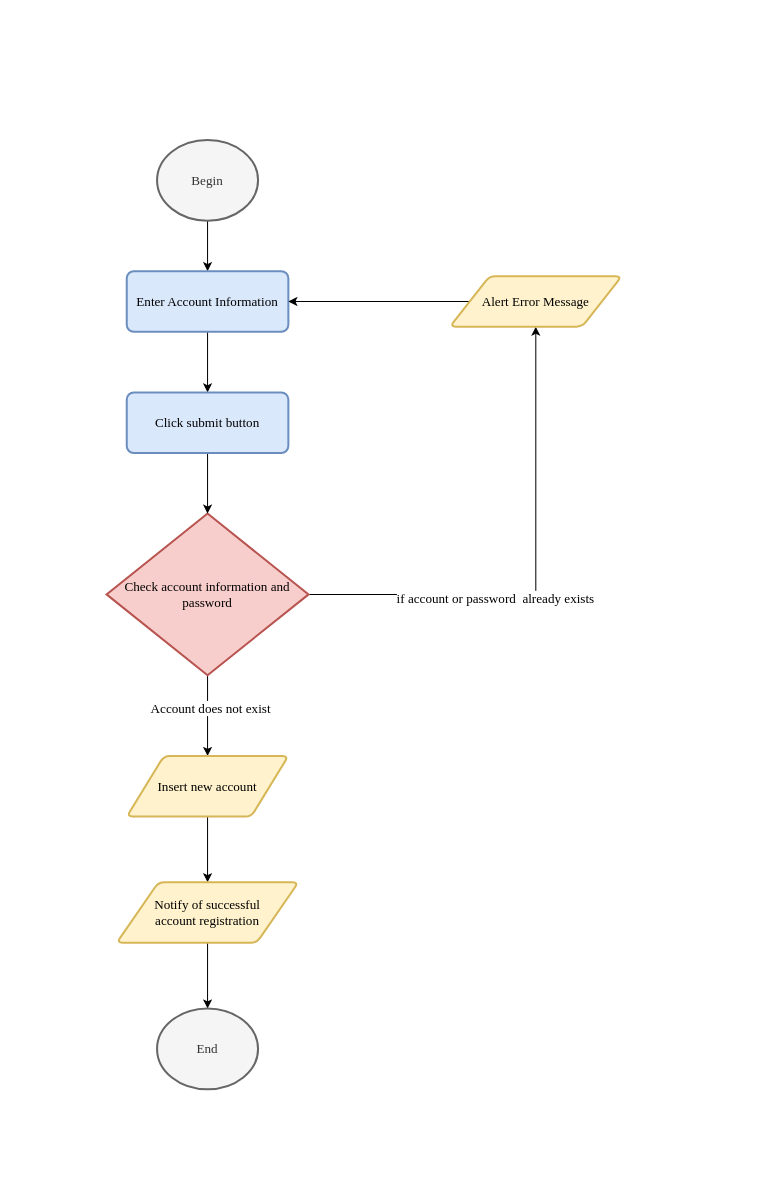
The draw.io diagram page "Register" (1 of 12) of document/diagram/flowchar_ver2.drawio in daomtthuan/do-an, before the edit. Source tidied: cells renumbered, new cells numbered last; positions are measured from the earlier drawing's top-left corner, leaving out a move shared by most shapes. Both pictures are drawn from the tidied source at 101%, with x=0, y=0 at pixel (106, 139).
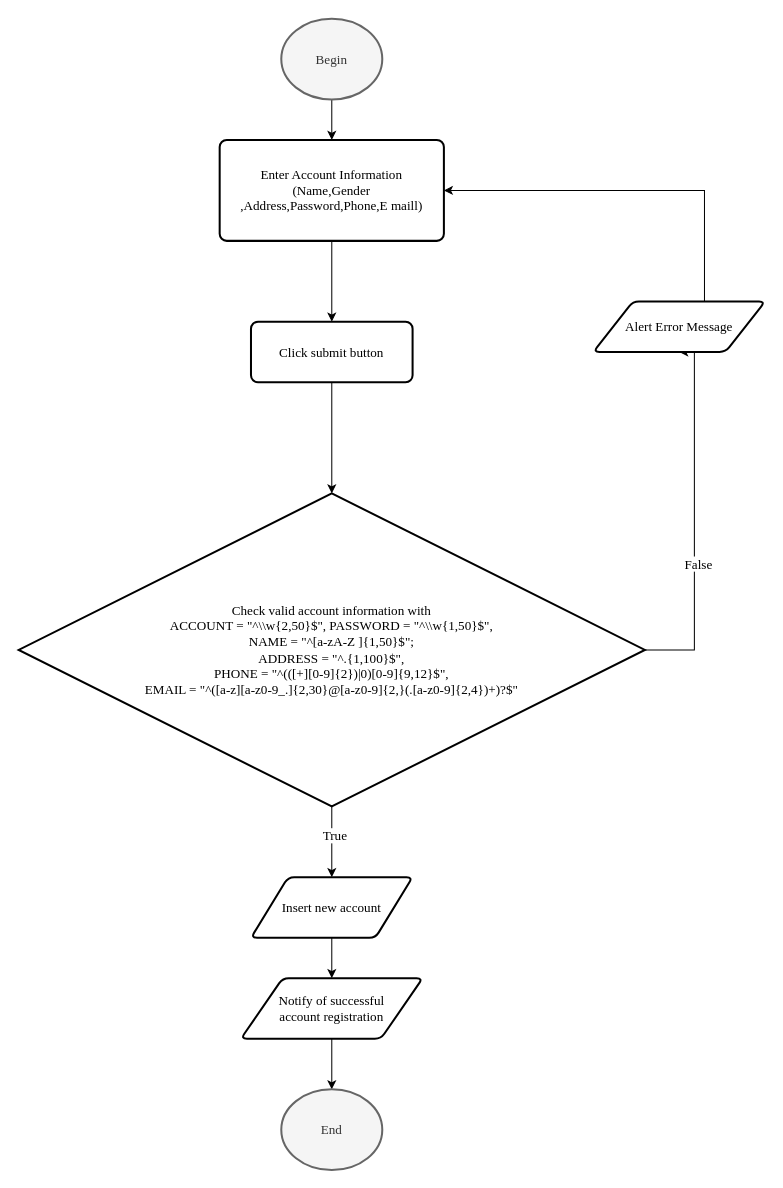
Above is the later version.

The change refers to these unchanged cells:
```xml
<mxCell id="8" style="edgeStyle=orthogonalEdgeStyle;rounded=0;jettySize=auto;html=1;fontSize=13;fontFamily=Times New Roman;" parent="1" edge="1" source="10" target="14">
  <mxGeometry relative="1" as="geometry" />
</mxCell>
```

The edit, as a diff of the source:
```diff
@@
     <mxCell id="3" value="Begin" style="strokeWidth=2;html=1;shape=mxgraph.flowchart.start_2;whiteSpace=wrap;fontSize=13;fontFamily=Times New Roman;fillColor=#f5f5f5;strokeColor=#666666;fontColor=#333333;" parent="1" vertex="1">
-      <mxGeometry x="50" width="100" height="80" as="geometry" />
+      <mxGeometry x="173" y="-120" width="100" height="80" as="geometry" />
     </mxCell>
@@
-    <mxCell id="5" value="Enter Account Information" style="rounded=1;whiteSpace=wrap;html=1;absoluteArcSize=1;arcSize=14;strokeWidth=2;fontSize=13;fontFamily=Times New Roman;fillColor=#dae8fc;strokeColor=#6c8ebf;" parent="1" vertex="1">
-      <mxGeometry x="20" y="130" width="160" height="60" as="geometry" />
+    <mxCell id="5" value="Enter Account Information&lt;br&gt;(Name,Gender&lt;br&gt;,Address,Password,Phone,E maill)" style="rounded=1;whiteSpace=wrap;html=1;absoluteArcSize=1;arcSize=14;strokeWidth=2;fontSize=13;fontFamily=Times New Roman;" parent="1" vertex="1">
+      <mxGeometry x="112" width="222" height="100" as="geometry" />
     </mxCell>
     <mxCell id="6" style="edgeStyle=orthogonalEdgeStyle;rounded=0;jettySize=auto;html=1;entryX=0.5;entryY=1;entryDx=0;entryDy=0;fontSize=13;fontFamily=Times New Roman;" parent="1" edge="1" source="10" target="12">
-      <mxGeometry relative="1" as="geometry" />
+      <mxGeometry relative="1" as="geometry">
+        <Array as="points">
+          <mxPoint x="582" y="505" />
+          <mxPoint x="582" y="210" />
+        </Array>
+      </mxGeometry>
     </mxCell>
-    <mxCell id="7" value="if account or password&amp;nbsp; already exists" style="text;html=1;align=center;verticalAlign=middle;labelBackgroundColor=#ffffff;fontSize=13;fontFamily=Times New Roman;" parent="6" vertex="1">
+    <mxCell id="7" value="False" style="text;html=1;align=center;verticalAlign=middle;labelBackgroundColor=#ffffff;fontSize=13;fontFamily=Times New Roman;" parent="6" vertex="1">
       <mxGeometry x="-0.25" y="-3" relative="1" as="geometry" />
     </mxCell>
@@
-    <mxCell id="9" value="Account does not exist" style="text;html=1;align=center;verticalAlign=middle;labelBackgroundColor=#ffffff;fontSize=13;fontFamily=Times New Roman;" parent="8" vertex="1">
+    <mxCell id="9" value="True" style="text;html=1;align=center;verticalAlign=middle;labelBackgroundColor=#ffffff;fontSize=13;fontFamily=Times New Roman;" parent="8" vertex="1">
       <mxGeometry x="-0.21" y="2" relative="1" as="geometry" />
     </mxCell>
-    <mxCell id="10" value="Check account information and password" style="strokeWidth=2;html=1;shape=mxgraph.flowchart.decision;whiteSpace=wrap;fontSize=13;fontFamily=Times New Roman;fillColor=#f8cecc;strokeColor=#b85450;" parent="1" vertex="1">
-      <mxGeometry y="370" width="200" height="160" as="geometry" />
+    <mxCell id="10" value="Check valid account information with&lt;br&gt;ACCOUNT = &quot;^\\w{2,50}$&quot;, PASSWORD = &quot;^\\w{1,50}$&quot;,&lt;br&gt;&lt;span&gt;NAME = &quot;^[a-zA-Z ]{1,50}$&quot;;&lt;br&gt;ADDRESS = &quot;^.{1,100}$&quot;,&lt;br&gt;PHONE = &quot;^(([+][0-9]{2})|0)[0-9]{9,12}$&quot;,&lt;br&gt;EMAIL = &quot;^([a-z][a-z0-9_.]{2,30}@[a-z0-9]{2,}(.[a-z0-9]{2,4})+)?$&quot;&lt;br&gt;&lt;/span&gt;" style="strokeWidth=2;html=1;shape=mxgraph.flowchart.decision;whiteSpace=wrap;fontSize=13;fontFamily=Times New Roman;" parent="1" vertex="1">
+      <mxGeometry x="-87" y="350" width="620" height="310" as="geometry" />
     </mxCell>
     <mxCell id="11" style="edgeStyle=orthogonalEdgeStyle;rounded=0;jettySize=auto;html=1;fontSize=13;fontFamily=Times New Roman;" parent="1" edge="1" source="12" target="5">
-      <mxGeometry relative="1" as="geometry" />
+      <mxGeometry relative="1" as="geometry">
+        <Array as="points">
+          <mxPoint x="592" y="50" />
+        </Array>
+      </mxGeometry>
     </mxCell>
-    <mxCell id="12" value="Alert Error Message" style="shape=parallelogram;html=1;strokeWidth=2;perimeter=parallelogramPerimeter;whiteSpace=wrap;rounded=1;arcSize=12;size=0.23;fontSize=13;fontFamily=Times New Roman;fillColor=#fff2cc;strokeColor=#d6b656;" parent="1" vertex="1">
-      <mxGeometry x="340" y="135" width="170" height="50" as="geometry" />
+    <mxCell id="12" value="Alert Error Message" style="shape=parallelogram;html=1;strokeWidth=2;perimeter=parallelogramPerimeter;whiteSpace=wrap;rounded=1;arcSize=12;size=0.23;fontSize=13;fontFamily=Times New Roman;" parent="1" vertex="1">
+      <mxGeometry x="482" y="160" width="170" height="50" as="geometry" />
     </mxCell>
@@
-    <mxCell id="14" value="Insert new account" style="shape=parallelogram;html=1;strokeWidth=2;perimeter=parallelogramPerimeter;whiteSpace=wrap;rounded=1;arcSize=12;size=0.23;fontSize=13;fontFamily=Times New Roman;fillColor=#fff2cc;strokeColor=#d6b656;" parent="1" vertex="1">
-      <mxGeometry x="20" y="610" width="160" height="60" as="geometry" />
+    <mxCell id="14" value="Insert new account" style="shape=parallelogram;html=1;strokeWidth=2;perimeter=parallelogramPerimeter;whiteSpace=wrap;rounded=1;arcSize=12;size=0.23;fontSize=13;fontFamily=Times New Roman;" parent="1" vertex="1">
+      <mxGeometry x="143" y="730" width="160" height="60" as="geometry" />
     </mxCell>
@@
-    <mxCell id="16" value="Notify of successful &lt;br style=&quot;font-size: 13px&quot;&gt;account registration" style="shape=parallelogram;html=1;strokeWidth=2;perimeter=parallelogramPerimeter;whiteSpace=wrap;rounded=1;arcSize=12;size=0.23;fontSize=13;fontFamily=Times New Roman;fillColor=#fff2cc;strokeColor=#d6b656;" parent="1" vertex="1">
-      <mxGeometry x="10" y="735" width="180" height="60" as="geometry" />
+    <mxCell id="16" value="Notify of successful &lt;br style=&quot;font-size: 13px&quot;&gt;account registration" style="shape=parallelogram;html=1;strokeWidth=2;perimeter=parallelogramPerimeter;whiteSpace=wrap;rounded=1;arcSize=12;size=0.23;fontSize=13;fontFamily=Times New Roman;" parent="1" vertex="1">
+      <mxGeometry x="133" y="830" width="180" height="60" as="geometry" />
     </mxCell>
     <mxCell id="17" value="End" style="strokeWidth=2;html=1;shape=mxgraph.flowchart.start_2;whiteSpace=wrap;fontSize=13;fontFamily=Times New Roman;fillColor=#f5f5f5;strokeColor=#666666;fontColor=#333333;" parent="1" vertex="1">
-      <mxGeometry x="50" y="860" width="100" height="80" as="geometry" />
+      <mxGeometry x="173" y="940" width="100" height="80" as="geometry" />
     </mxCell>
@@
-    <mxCell id="19" value="Click submit button" style="rounded=1;whiteSpace=wrap;html=1;absoluteArcSize=1;arcSize=14;strokeWidth=2;fontSize=13;fontFamily=Times New Roman;fillColor=#dae8fc;strokeColor=#6c8ebf;" parent="1" vertex="1">
-      <mxGeometry x="20" y="250" width="160" height="60" as="geometry" />
+    <mxCell id="19" value="Click submit button" style="rounded=1;whiteSpace=wrap;html=1;absoluteArcSize=1;arcSize=14;strokeWidth=2;fontSize=13;fontFamily=Times New Roman;" parent="1" vertex="1">
+      <mxGeometry x="143" y="180" width="160" height="60" as="geometry" />
     </mxCell>
```
